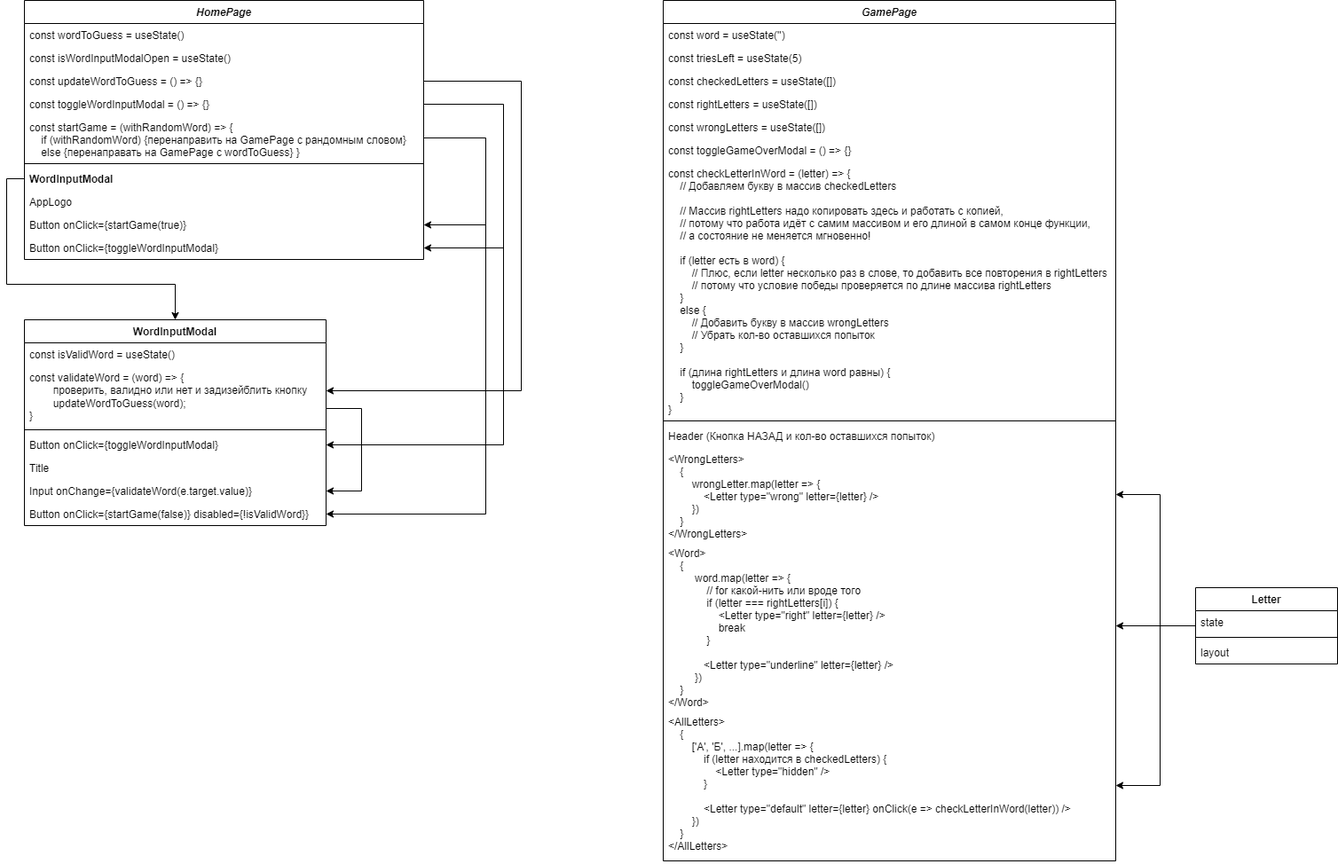
Earlier version of the draw.io export LeafApp.drawio.png (EdgeFirewalk/leaf). Source tidied: cells renumbered, new cells last; positions are measured from the earlier drawing's top-left corner, leaving out a move shared by most shapes.
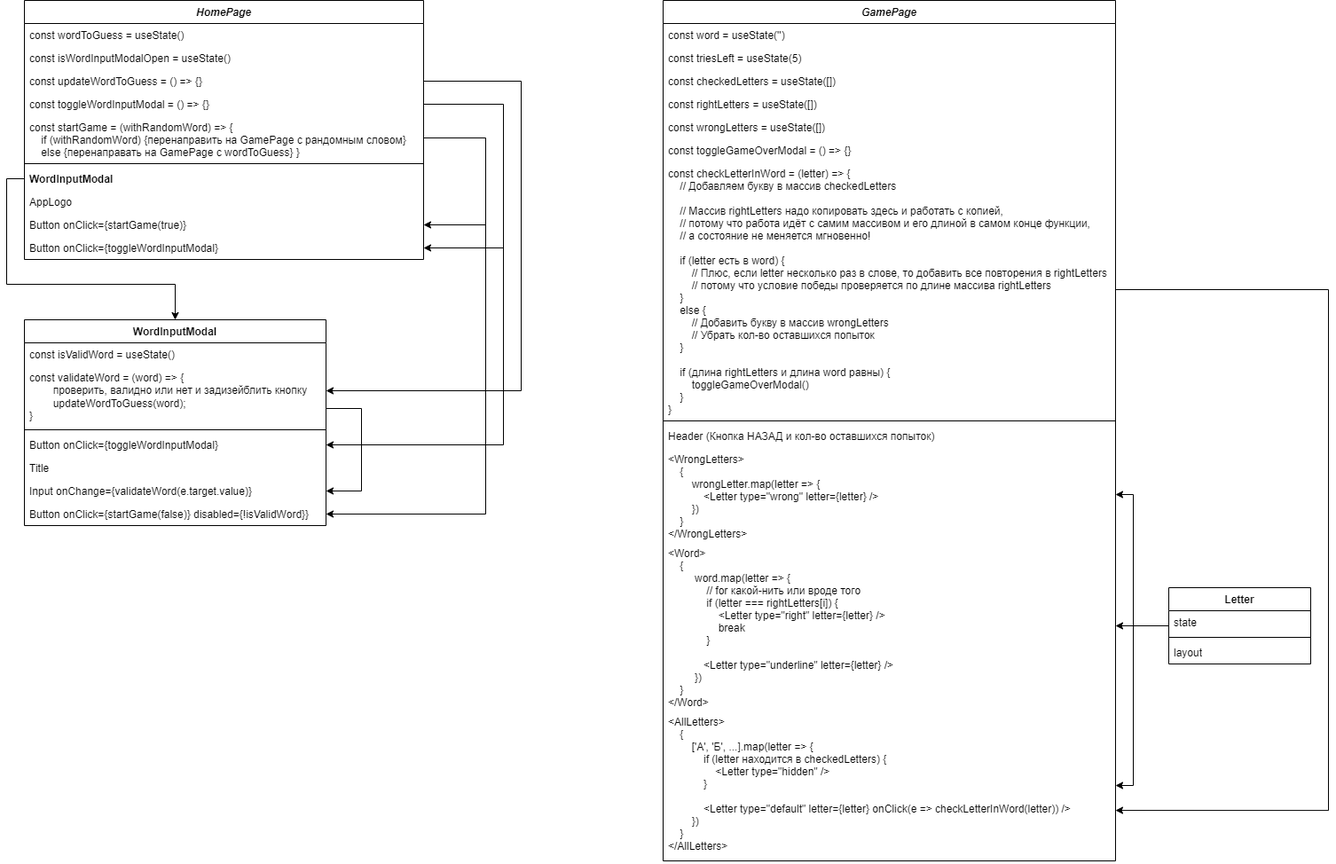
The same file after the commit.

Commit message:
Fix architecture diagram

Change to the diagram source:
```diff
@@ -151,27 +151,35 @@
     <mxCell id="40" value="&lt;AllLetters&gt;&#10;    {&#10;        ['А', 'Б', ...].map(letter =&gt; {&#10;            if (letter находится в checkedLetters) {&#10;                &lt;Letter type=&quot;hidden&quot; /&gt;&#10;            }&#10;&#10;            &lt;Letter type=&quot;default&quot; letter={letter} onClick(e =&gt; checkLetterInWord(letter)) /&gt;&#10;        })&#10;    }&#10;&lt;/AllLetters&gt;" style="text;align=left;verticalAlign=top;spacingLeft=4;spacingRight=4;overflow=hidden;points=[[0,0.5],[1,0.5]];portConstraint=eastwest;" parent="28" vertex="1">
       <mxGeometry y="800" width="510" height="170" as="geometry" />
     </mxCell>
+    <mxCell id="48" style="edgeStyle=orthogonalEdgeStyle;rounded=0;jettySize=auto;html=1;exitX=1;exitY=0.5;exitDx=0;exitDy=0;entryX=1;entryY=0.665;entryDx=0;entryDy=0;entryPerimeter=0;" parent="28" edge="1" source="35" target="40">
+      <mxGeometry relative="1" as="geometry">
+        <Array as="points">
+          <mxPoint x="750" y="326" />
+          <mxPoint x="750" y="913" />
+        </Array>
+      </mxGeometry>
+    </mxCell>
     <mxCell id="41" style="edgeStyle=orthogonalEdgeStyle;rounded=0;jettySize=auto;html=1;entryX=1;entryY=0.5;entryDx=0;entryDy=0;" parent="1" edge="1" source="44" target="39">
       <mxGeometry relative="1" as="geometry" />
     </mxCell>
     <mxCell id="42" style="edgeStyle=orthogonalEdgeStyle;rounded=0;jettySize=auto;html=1;entryX=1;entryY=0.5;entryDx=0;entryDy=0;" parent="1" edge="1" source="44" target="40">
       <mxGeometry relative="1" as="geometry">
         <Array as="points">
-          <mxPoint x="1300" y="705" />
-          <mxPoint x="1300" y="885" />
+          <mxPoint x="1270" y="705" />
+          <mxPoint x="1270" y="885" />
         </Array>
       </mxGeometry>
     </mxCell>
     <mxCell id="43" style="edgeStyle=orthogonalEdgeStyle;rounded=0;jettySize=auto;html=1;entryX=1;entryY=0.5;entryDx=0;entryDy=0;" parent="1" edge="1" source="44" target="38">
       <mxGeometry relative="1" as="geometry">
         <Array as="points">
-          <mxPoint x="1300" y="705" />
-          <mxPoint x="1300" y="557" />
+          <mxPoint x="1270" y="705" />
+          <mxPoint x="1270" y="557" />
         </Array>
       </mxGeometry>
     </mxCell>
     <mxCell id="44" value="Letter" style="swimlane;fontStyle=1;align=center;verticalAlign=top;horizontal=1;startSize=26;whiteSpace=wrap;html=1;" parent="1" vertex="1">
-      <mxGeometry x="1340" y="662" width="160" height="86" as="geometry" />
+      <mxGeometry x="1310" y="662" width="160" height="86" as="geometry" />
     </mxCell>
     <mxCell id="45" value="state" style="text;strokeColor=none;fillColor=none;align=left;verticalAlign=top;spacingLeft=4;spacingRight=4;overflow=hidden;whiteSpace=wrap;html=1;" parent="44" vertex="1">
       <mxGeometry y="26" width="160" height="26" as="geometry" />
```
